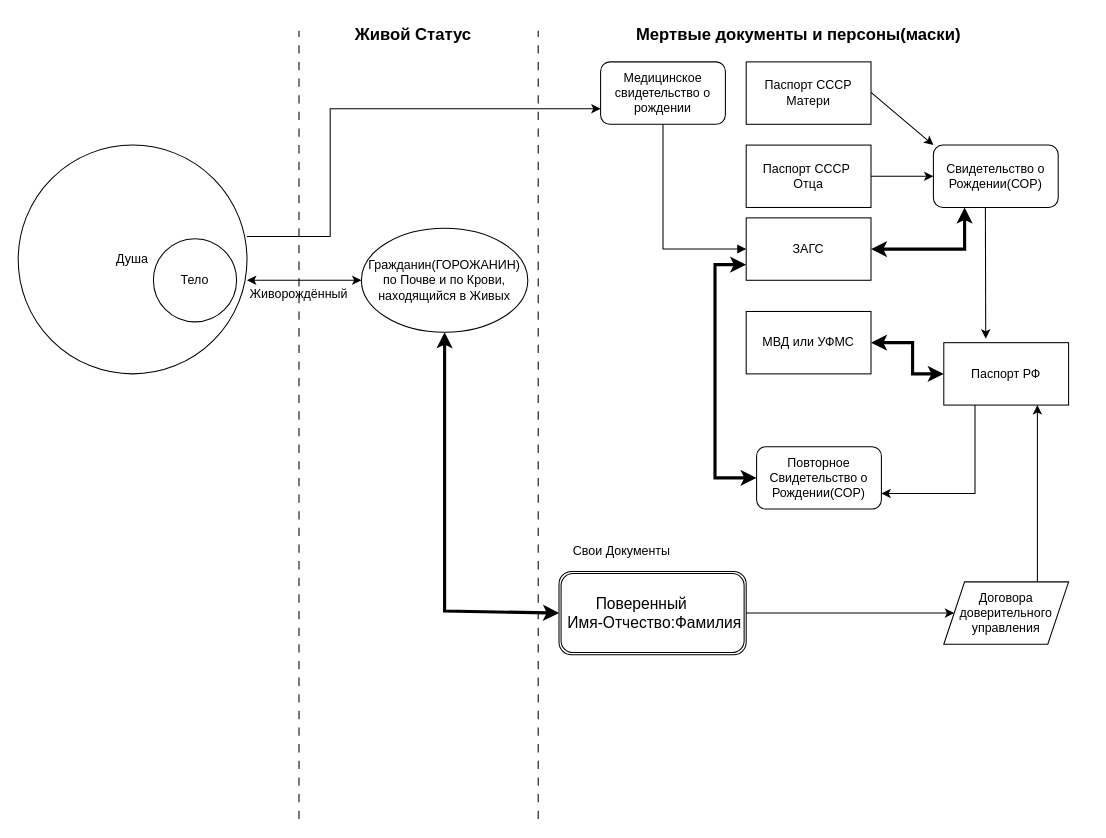
Before: Статус.drawio in legastok/Status, a draw.io diagram. Source tidied: cells renumbered, new cells numbered last; positions are measured from the earlier drawing's top-left corner, leaving out a move shared by most shapes. Both pictures are drawn from the tidied source at 104%, with x=0, y=0 at pixel (18, 18).
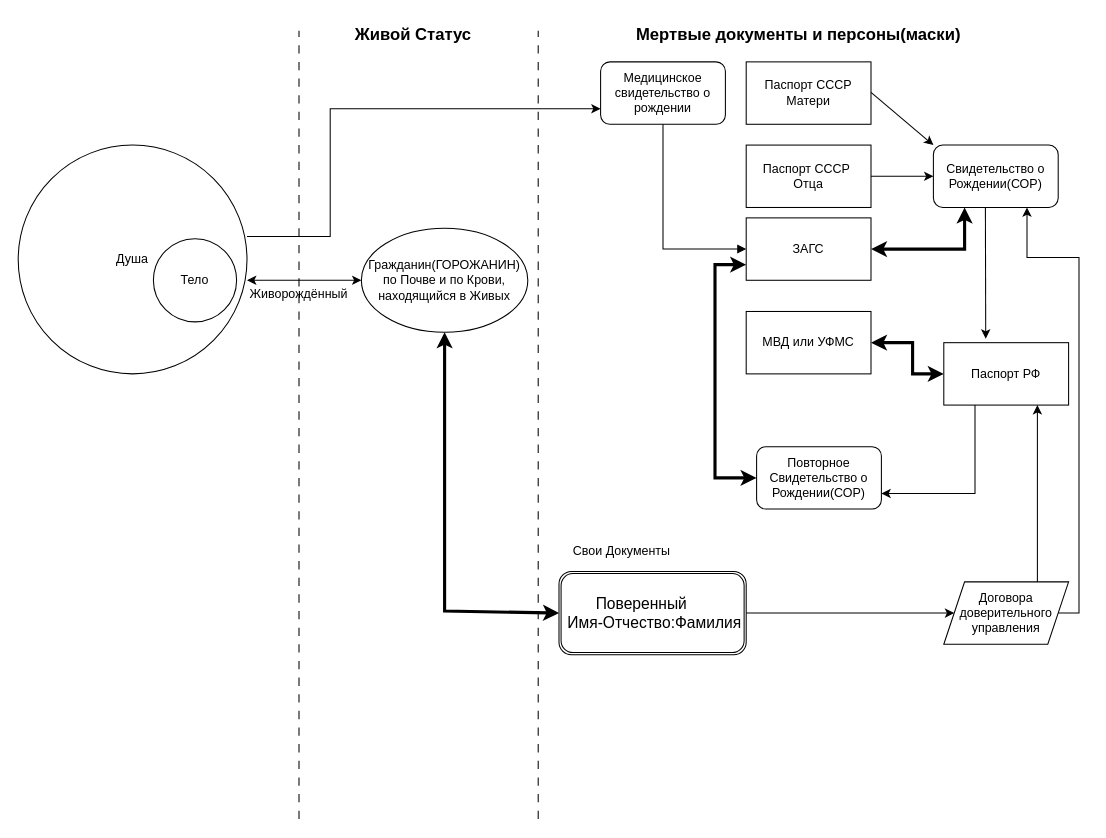
The same diagram, later.

Unchanged cells that the change refers to:
```xml
<mxCell id="10" value="Свидетельство о Рождении(СОР)" style="rounded=1;whiteSpace=wrap;html=1;" parent="1" vertex="1">
  <mxGeometry x="880" y="122" width="120" height="60" as="geometry" />
</mxCell>
<mxCell id="31" value="Договора доверительного управления" style="shape=parallelogram;perimeter=parallelogramPerimeter;whiteSpace=wrap;html=1;fixedSize=1;" parent="1" vertex="1">
  <mxGeometry x="890" y="542" width="120" height="60" as="geometry" />
</mxCell>
```

What changed in the source:
```diff
@@
+    <mxCell id="34" style="edgeStyle=orthogonalEdgeStyle;rounded=0;jettySize=auto;html=1;entryX=0.75;entryY=1;entryDx=0;entryDy=0;" parent="1" edge="1" source="31" target="10">
+      <mxGeometry relative="1" as="geometry">
+        <Array as="points">
+          <mxPoint x="1020" y="572" />
+          <mxPoint x="1020" y="230" />
+          <mxPoint x="970" y="230" />
+        </Array>
+      </mxGeometry>
+    </mxCell>
```
